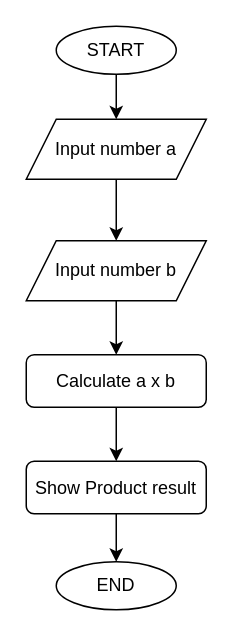
buicaothe/PYTHON keeps this draw.io diagram as DATA STRUCTURE AND  ALGORITHM/1.02 Find Remainder.drawio. Above is the earlier version. Source tidied: cells renumbered, new cells numbered last; positions are measured from the earlier drawing's top-left corner, leaving out a move shared by most shapes. Both pictures are drawn from the tidied source at 150%, with x=0, y=0 at pixel (26, 26).
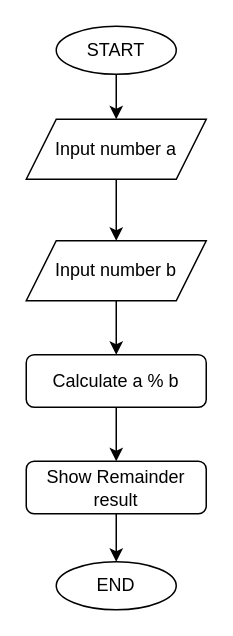
After the change.

What changed in the source:
```diff
@@
 <mxGraphModel>
   <root>
     <mxCell id="0" />
     <mxCell id="1" parent="0" />
     <mxCell id="2" style="edgeStyle=orthogonalEdgeStyle;rounded=0;jettySize=auto;html=1;entryX=0.5;entryY=0;entryDx=0;entryDy=0;" parent="1" edge="1" source="3" target="5">
       <mxGeometry relative="1" as="geometry" />
     </mxCell>
     <mxCell id="3" value="START" style="ellipse;whiteSpace=wrap;html=1;shapeInside=1;" parent="1" vertex="1">
       <mxGeometry x="20" width="80" height="32" as="geometry" />
     </mxCell>
     <mxCell id="4" style="edgeStyle=orthogonalEdgeStyle;rounded=0;jettySize=auto;html=1;entryX=0.5;entryY=0;entryDx=0;entryDy=0;" parent="1" edge="1" source="5" target="7">
       <mxGeometry relative="1" as="geometry" />
     </mxCell>
     <mxCell id="5" value="Input number a" style="shape=parallelogram;perimeter=parallelogramPerimeter;whiteSpace=wrap;html=1;shapeInside=1;fixedSize=1;" parent="1" vertex="1">
       <mxGeometry y="62" width="120" height="40" as="geometry" />
     </mxCell>
     <mxCell id="6" style="edgeStyle=orthogonalEdgeStyle;rounded=0;jettySize=auto;html=1;entryX=0.5;entryY=0;entryDx=0;entryDy=0;" parent="1" edge="1" source="7" target="9">
       <mxGeometry relative="1" as="geometry" />
     </mxCell>
     <mxCell id="7" value="Input number b" style="shape=parallelogram;perimeter=parallelogramPerimeter;whiteSpace=wrap;html=1;shapeInside=1;fixedSize=1;" parent="1" vertex="1">
       <mxGeometry y="143" width="120" height="40" as="geometry" />
     </mxCell>
     <mxCell id="8" style="edgeStyle=orthogonalEdgeStyle;rounded=0;jettySize=auto;html=1;entryX=0.5;entryY=0;entryDx=0;entryDy=0;" parent="1" edge="1" source="9" target="12">
       <mxGeometry relative="1" as="geometry" />
     </mxCell>
-    <mxCell id="9" value="Calculate a x b" style="rounded=1;whiteSpace=wrap;html=1;" parent="1" vertex="1">
+    <mxCell id="9" value="Calculate a % b" style="rounded=1;whiteSpace=wrap;html=1;" parent="1" vertex="1">
       <mxGeometry y="219" width="120" height="35" as="geometry" />
     </mxCell>
     <mxCell id="10" style="edgeStyle=orthogonalEdgeStyle;rounded=0;orthogonalLoop=1;jettySize=auto;html=1;innerLoopWaypoints=1;exitX=0.5;exitY=1;exitDx=0;exitDy=0;" parent="1" edge="1" source="9" target="9">
       <mxGeometry relative="1" as="geometry" />
     </mxCell>
     <mxCell id="11" style="edgeStyle=orthogonalEdgeStyle;rounded=0;jettySize=auto;html=1;entryX=0.5;entryY=0;entryDx=0;entryDy=0;" parent="1" edge="1" source="12" target="13">
       <mxGeometry relative="1" as="geometry" />
     </mxCell>
-    <mxCell id="12" value="Show Product result" style="rounded=1;whiteSpace=wrap;html=1;" parent="1" vertex="1">
+    <mxCell id="12" value="Show Remainder result" style="rounded=1;whiteSpace=wrap;html=1;" parent="1" vertex="1">
       <mxGeometry y="290" width="120" height="35" as="geometry" />
     </mxCell>
     <mxCell id="13" value="END" style="ellipse;whiteSpace=wrap;html=1;shapeInside=1;" parent="1" vertex="1">
       <mxGeometry x="20" y="357" width="80" height="32" as="geometry" />
     </mxCell>
   </root>
 </mxGraphModel>
```
